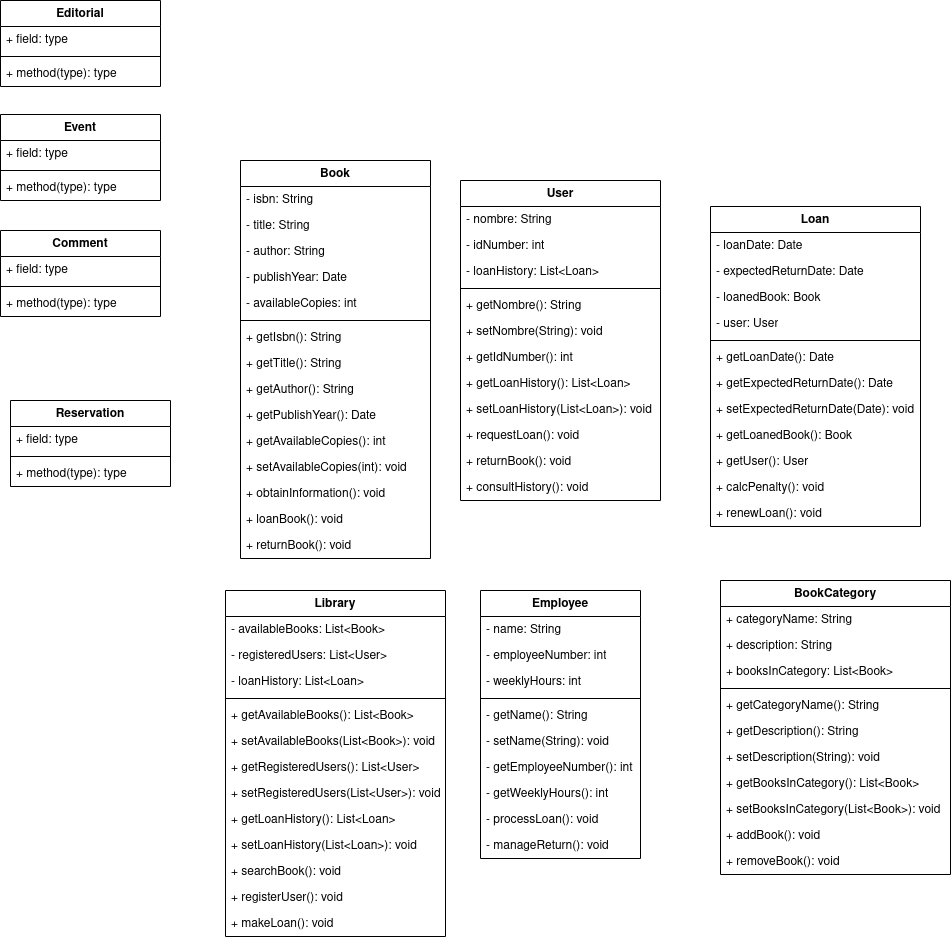
mackstm/ets keeps this draw.io diagram as proyecto/classdiagram/classdiagramlibrary.png. Above is the earlier version. Source tidied: cells renumbered, new cells last; positions are measured from the earlier drawing's top-left corner, leaving out a move shared by most shapes.
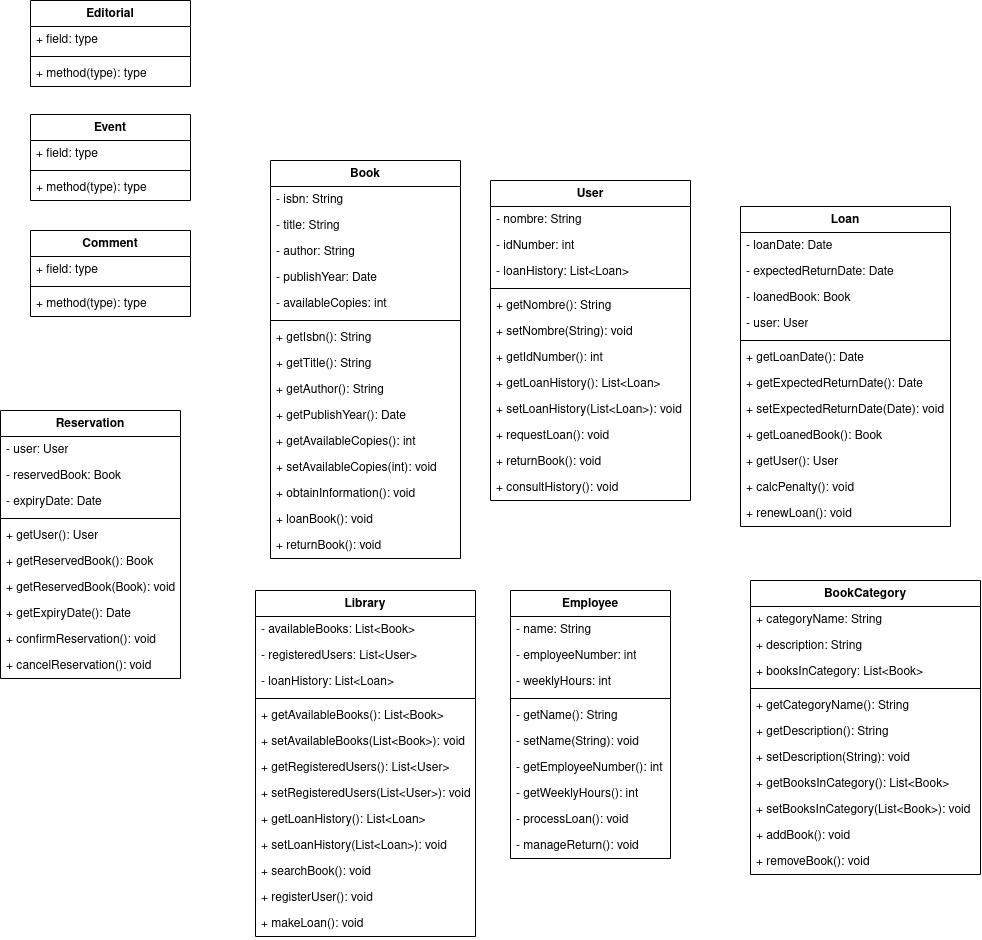
After the change.

Change to the diagram source:
```diff
@@ -51,17 +51,38 @@
       <mxGeometry y="372" width="190" height="26" as="geometry" />
     </mxCell>
     <mxCell id="18" value="Reservation" style="swimlane;fontStyle=1;align=center;verticalAlign=top;horizontal=1;startSize=26;whiteSpace=wrap;html=1;" parent="1" vertex="1">
-      <mxGeometry x="10" y="400" width="160" height="86" as="geometry" />
+      <mxGeometry x="-30" y="410" width="180" height="268" as="geometry" />
     </mxCell>
-    <mxCell id="19" value="+ field: type" style="text;strokeColor=none;fillColor=none;align=left;verticalAlign=top;spacingLeft=4;spacingRight=4;overflow=hidden;whiteSpace=wrap;html=1;" parent="18" vertex="1">
-      <mxGeometry y="26" width="160" height="26" as="geometry" />
+    <mxCell id="19" value="- user: User" style="text;strokeColor=none;fillColor=none;align=left;verticalAlign=top;spacingLeft=4;spacingRight=4;overflow=hidden;whiteSpace=wrap;html=1;" parent="18" vertex="1">
+      <mxGeometry y="26" width="180" height="26" as="geometry" />
     </mxCell>
+    <mxCell id="97" value="- reservedBook: Book" style="text;strokeColor=none;fillColor=none;align=left;verticalAlign=top;spacingLeft=4;spacingRight=4;overflow=hidden;whiteSpace=wrap;html=1;" parent="18" vertex="1">
+      <mxGeometry y="52" width="180" height="26" as="geometry" />
+    </mxCell>
+    <mxCell id="98" value="- expiryDate: Date" style="text;strokeColor=none;fillColor=none;align=left;verticalAlign=top;spacingLeft=4;spacingRight=4;overflow=hidden;whiteSpace=wrap;html=1;" parent="18" vertex="1">
+      <mxGeometry y="78" width="180" height="26" as="geometry" />
+    </mxCell>
     <mxCell id="20" style="line;strokeWidth=1;fillColor=none;align=left;verticalAlign=middle;spacingTop=-1;spacingLeft=3;spacingRight=3;labelPosition=right;strokeColor=inherit;" parent="18" vertex="1">
-      <mxGeometry y="52" width="160" height="8" as="geometry" />
+      <mxGeometry y="104" width="180" height="8" as="geometry" />
     </mxCell>
-    <mxCell id="21" value="+ method(type): type" style="text;strokeColor=none;fillColor=none;align=left;verticalAlign=top;spacingLeft=4;spacingRight=4;overflow=hidden;whiteSpace=wrap;html=1;" parent="18" vertex="1">
-      <mxGeometry y="60" width="160" height="26" as="geometry" />
+    <mxCell id="21" value="+ getUser(): User" style="text;strokeColor=none;fillColor=none;align=left;verticalAlign=top;spacingLeft=4;spacingRight=4;overflow=hidden;whiteSpace=wrap;html=1;" parent="18" vertex="1">
+      <mxGeometry y="112" width="180" height="26" as="geometry" />
     </mxCell>
+    <mxCell id="99" value="+ getReservedBook(): Book" style="text;strokeColor=none;fillColor=none;align=left;verticalAlign=top;spacingLeft=4;spacingRight=4;overflow=hidden;whiteSpace=wrap;html=1;" parent="18" vertex="1">
+      <mxGeometry y="138" width="180" height="26" as="geometry" />
+    </mxCell>
+    <mxCell id="100" value="+ getReservedBook(Book): void" style="text;strokeColor=none;fillColor=none;align=left;verticalAlign=top;spacingLeft=4;spacingRight=4;overflow=hidden;whiteSpace=wrap;html=1;" parent="18" vertex="1">
+      <mxGeometry y="164" width="180" height="26" as="geometry" />
+    </mxCell>
+    <mxCell id="101" value="+ getExpiryDate(): Date" style="text;strokeColor=none;fillColor=none;align=left;verticalAlign=top;spacingLeft=4;spacingRight=4;overflow=hidden;whiteSpace=wrap;html=1;" parent="18" vertex="1">
+      <mxGeometry y="190" width="180" height="26" as="geometry" />
+    </mxCell>
+    <mxCell id="102" value="+ confirmReservation(): void" style="text;strokeColor=none;fillColor=none;align=left;verticalAlign=top;spacingLeft=4;spacingRight=4;overflow=hidden;whiteSpace=wrap;html=1;" parent="18" vertex="1">
+      <mxGeometry y="216" width="180" height="26" as="geometry" />
+    </mxCell>
+    <mxCell id="103" value="+ cancelReservation(): void" style="text;strokeColor=none;fillColor=none;align=left;verticalAlign=top;spacingLeft=4;spacingRight=4;overflow=hidden;whiteSpace=wrap;html=1;" parent="18" vertex="1">
+      <mxGeometry y="242" width="180" height="26" as="geometry" />
+    </mxCell>
     <mxCell id="22" value="Library" style="swimlane;fontStyle=1;align=center;verticalAlign=top;horizontal=1;startSize=26;whiteSpace=wrap;html=1;" parent="1" vertex="1">
       <mxGeometry x="225" y="590" width="220" height="346" as="geometry" />
     </mxCell>
```
